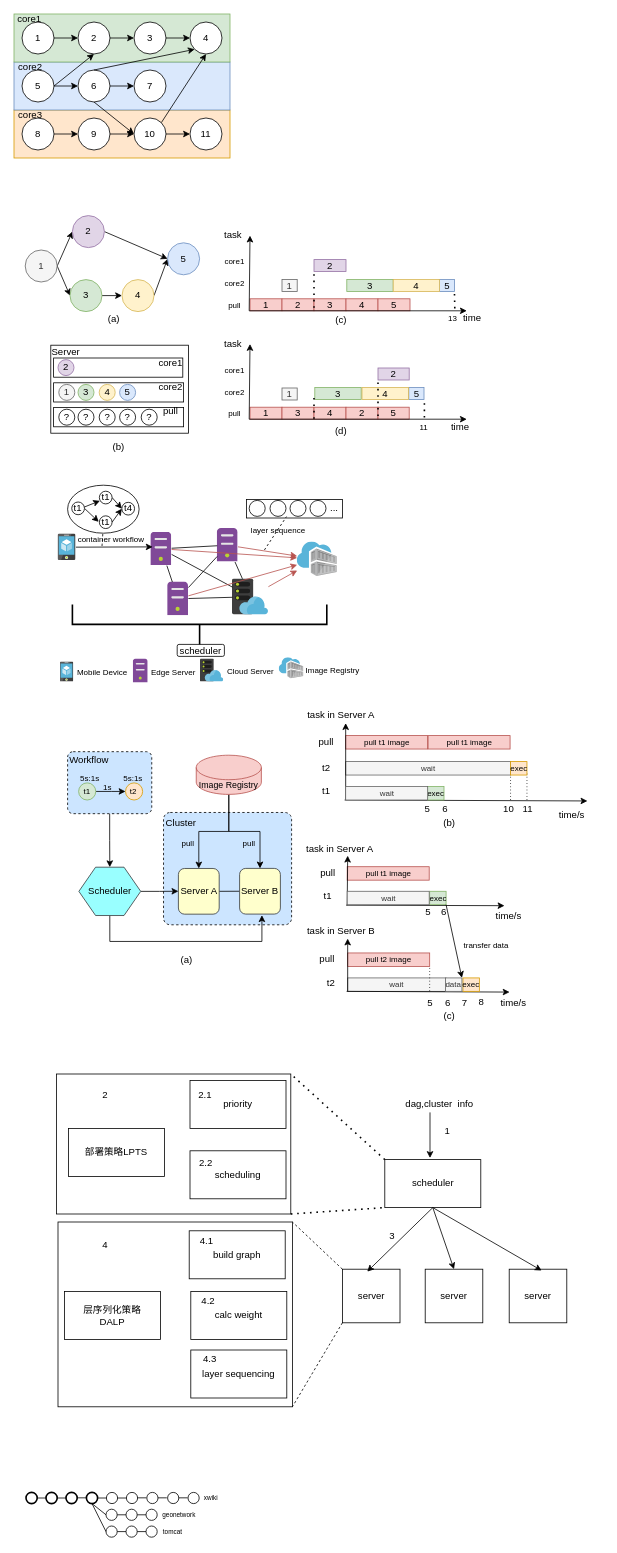
Earlier version of the draw.io diagram research/小论文.drawio (ksd11/charts). Source tidied: cells renumbered, new cells numbered last; positions are measured from the earlier drawing's top-left corner, leaving out a move shared by most shapes. Both pictures are drawn from the tidied source at 80%, with x=0, y=0 at pixel (14, 14).
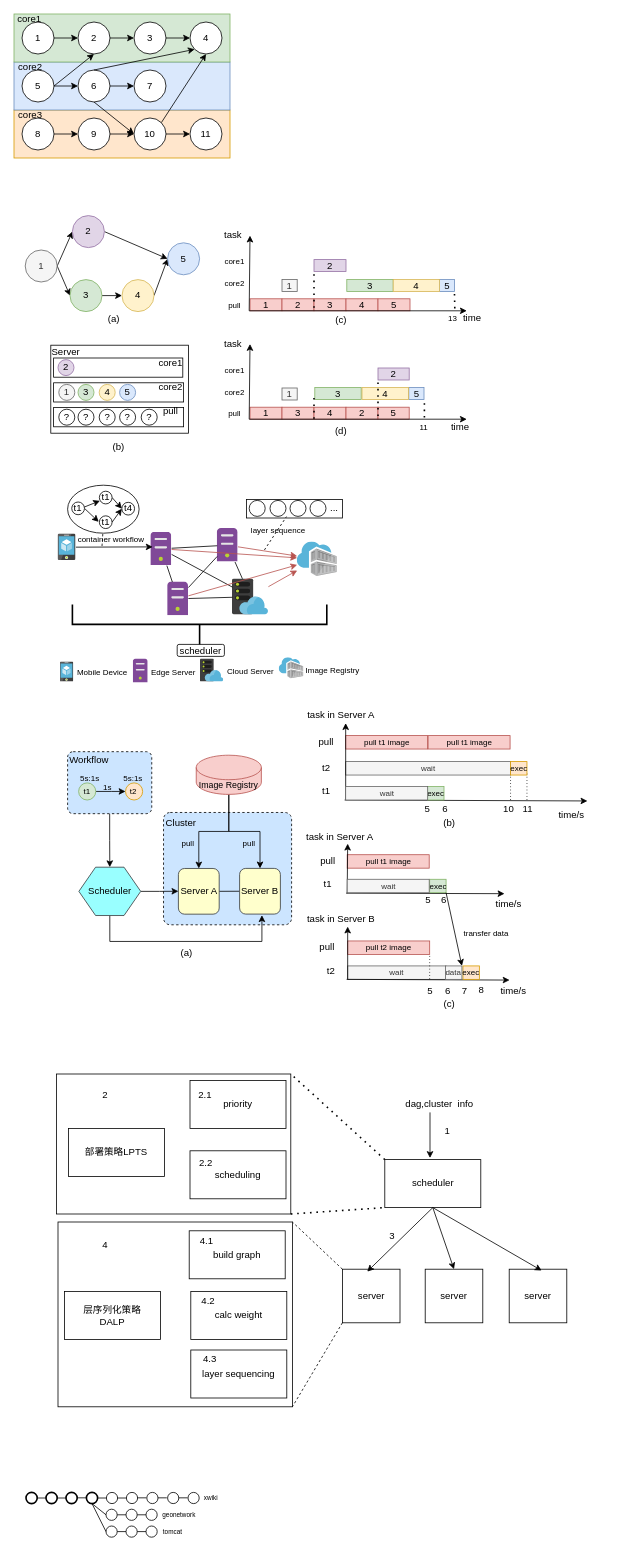
The same diagram, later.

Commit message (it also covers changes not shown here):
更新小论文.drawio

Unchanged cells that the change refers to:
```xml
<mxCell id="214" style="group;" parent="1" vertex="1">
  <mxGeometry x="339" y="866" width="397" height="405" as="geometry" />
</mxCell>
<mxCell id="215" style="group;" parent="214" vertex="1">
  <mxGeometry x="12.8" width="384.2" height="164.2" as="geometry" />
</mxCell>
<mxCell id="266" style="group;fontSize=10;" parent="1" vertex="1">
  <mxGeometry x="67" y="910" width="280" height="288" as="geometry" />
</mxCell>
```

Change to the diagram source:
```diff
@@
-    <mxCell id="217" style="endArrow=classic;html=1;rounded=0;entryX=0.75;entryY=0;entryDx=0;entryDy=0;" parent="215" edge="1" target="221">
+    <mxCell id="217" style="endArrow=classic;html=1;rounded=0;entryX=0.75;entryY=0;entryDx=0;entryDy=0;" parent="215" edge="1">
       <mxGeometry relative="1" as="geometry">
         <mxPoint x="61.5" y="116.5" as="sourcePoint" />
+        <mxPoint x="365" y="117.7" as="targetPoint" />
       </mxGeometry>
     </mxCell>
@@
-    <mxCell id="221" value="time/s" style="text;html=1;strokeColor=none;fillColor=none;align=center;verticalAlign=middle;whiteSpace=wrap;rounded=0;" parent="215" vertex="1">
-      <mxGeometry x="307.4" y="117.7" width="76.8" height="36" as="geometry" />
-    </mxCell>
@@
     <mxCell id="236" style="group;" parent="214" vertex="1">
-      <mxGeometry y="159.7" width="324" height="245.3" as="geometry" />
+      <mxGeometry y="144.7" width="324" height="245.3" as="geometry" />
     </mxCell>
@@
     <mxCell id="263" value="(c)" style="text;html=1;align=center;verticalAlign=middle;whiteSpace=wrap;rounded=0;" parent="236" vertex="1">
-      <mxGeometry x="166.5" y="209.3" width="76.8" height="36" as="geometry" />
+      <mxGeometry x="166.5" y="219.3" width="76.8" height="16.7" as="geometry" />
     </mxCell>
@@
     <mxCell id="284" value="&lt;font style=&quot;font-size: 12px;&quot;&gt;(a)&lt;/font&gt;" style="text;html=1;align=center;verticalAlign=middle;whiteSpace=wrap;rounded=0;fontSize=10;" parent="266" vertex="1">
-      <mxGeometry x="126.1" y="257.8" width="46.4" height="30.2" as="geometry" />
+      <mxGeometry x="126.1" y="248.8" width="46.4" height="30.2" as="geometry" />
     </mxCell>
@@
+    <mxCell id="221" value="time/s" style="text;html=1;strokeColor=none;fillColor=none;align=center;verticalAlign=middle;whiteSpace=wrap;rounded=0;" parent="1" vertex="1">
+      <mxGeometry x="678.2" y="983.7" width="37.8" height="36" as="geometry" />
+    </mxCell>
```
